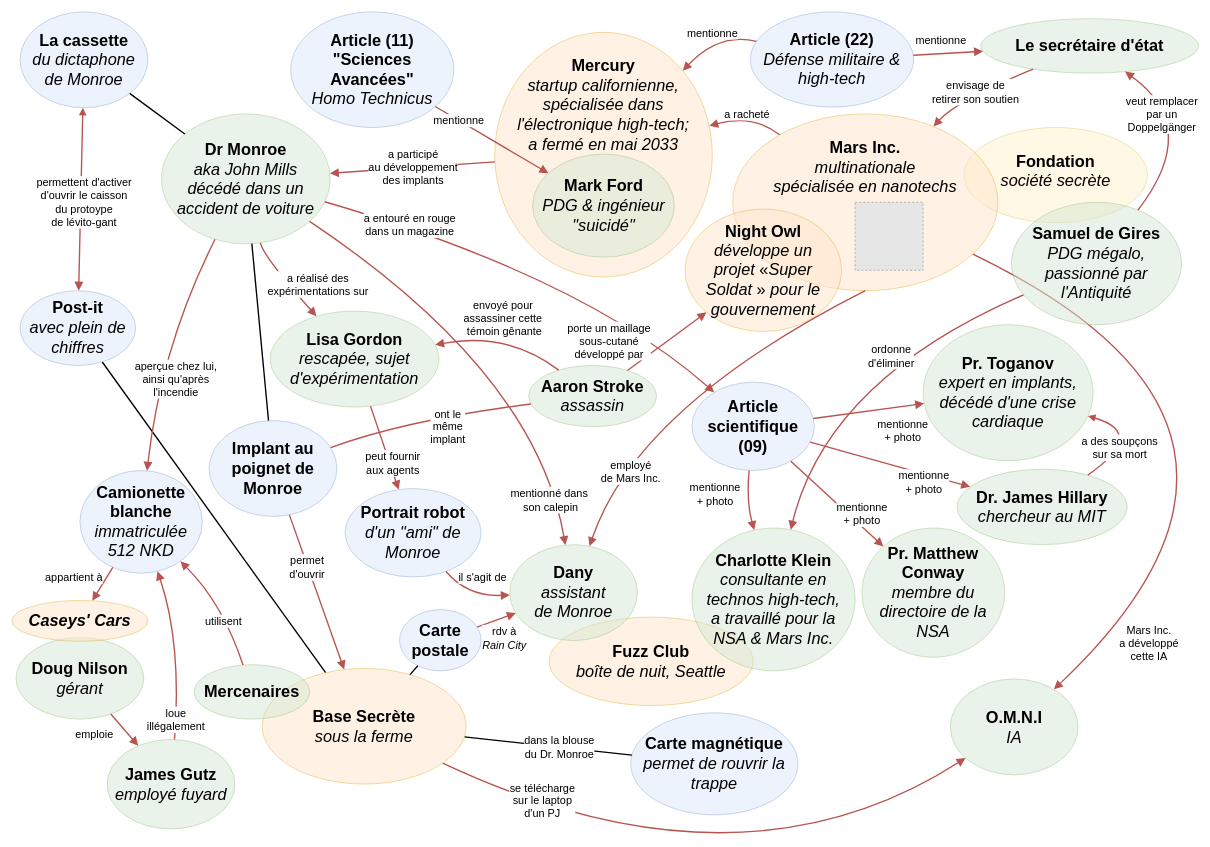
This is CriticalFondation/DiagrammeDeLaSaison1-Etendu.drawio from Lucas-C/jdr, a draw.io file, before an edit. Source tidied: cells renumbered, new cells numbered last; positions are measured from the earlier drawing's top-left corner, leaving out a move shared by most shapes. Both pictures are drawn from the tidied source at 68%, with x=0, y=0 at pixel (12, 12). Pictures stored in the file or linked from it are replaced by grey dashed boxes.
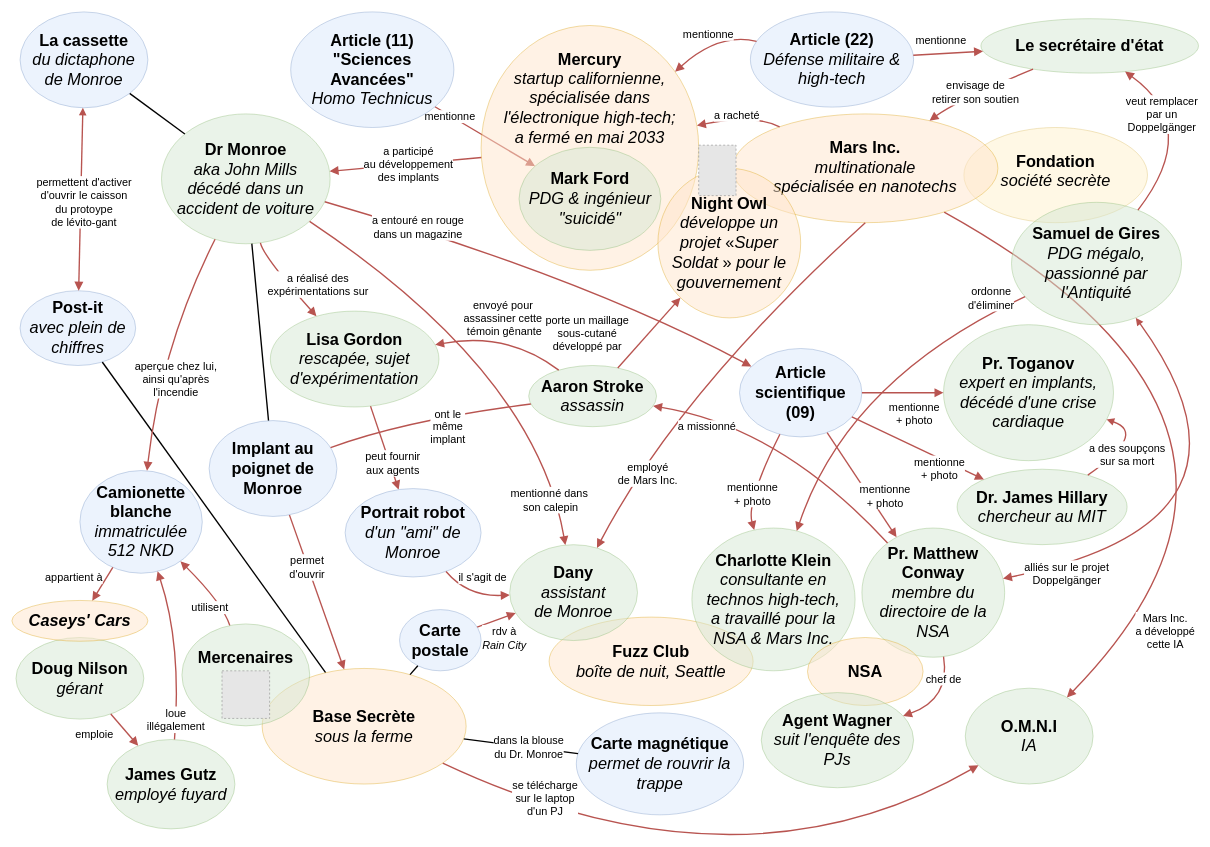
After the change.

The change refers to these unchanged cells:
```xml
<mxCell id="8" value="&lt;b&gt;Samuel de Gires&lt;br&gt;&lt;/b&gt;&lt;i&gt;PDG mégalo, passionné par l'Antiquité&lt;/i&gt;" style="ellipse;whiteSpace=wrap;html=1;rounded=0;shadow=0;strokeWidth=1;fillColor=#d5e8d4;fontSize=24;align=center;strokeColor=#82b366;opacity=50;" parent="1" vertex="1">
  <mxGeometry x="1470" y="280" width="250" height="180" as="geometry" />
</mxCell>
<mxCell id="15" value="&lt;b&gt;Aaron Stroke&lt;/b&gt;&lt;div&gt;&lt;i&gt;assassin&lt;/i&gt;&lt;/div&gt;" style="ellipse;whiteSpace=wrap;html=1;rounded=0;shadow=0;strokeWidth=1;fillColor=#d5e8d4;fontSize=24;align=center;strokeColor=#82b366;opacity=50;" parent="1" vertex="1">
  <mxGeometry x="760" y="520" width="188" height="90" as="geometry" />
</mxCell>
<mxCell id="29" style="edgeStyle=none;curved=1;html=1;endArrow=none;endFill=0;strokeColor=#b85450;strokeWidth=2;fontSize=24;startSize=8;startArrow=block;startFill=1;fillColor=#f8cecc;" parent="1" edge="1" source="28" target="24">
  <mxGeometry relative="1" as="geometry" />
</mxCell>
<mxCell id="32" style="edgeStyle=none;curved=1;html=1;endArrow=none;endFill=0;strokeColor=#b85450;strokeWidth=2;fontSize=24;startSize=8;startArrow=block;startFill=1;fillColor=#f8cecc;" parent="1" edge="1" source="31" target="24">
  <mxGeometry relative="1" as="geometry" />
</mxCell>
<mxCell id="34" value="&lt;b&gt;Pr. Matthew Conway&lt;/b&gt;&lt;div&gt;&lt;i&gt;membre du directoire de la NSA&lt;/i&gt;&lt;/div&gt;" style="ellipse;whiteSpace=wrap;html=1;rounded=0;shadow=0;strokeWidth=1;fillColor=#d5e8d4;fontSize=24;align=center;strokeColor=#82b366;opacity=50;" parent="1" vertex="1">
  <mxGeometry x="1250" y="759" width="210" height="190" as="geometry" />
</mxCell>
<mxCell id="35" style="edgeStyle=none;curved=1;html=1;endArrow=none;endFill=0;strokeColor=#b85450;strokeWidth=2;fontSize=24;startSize=8;startArrow=block;startFill=1;fillColor=#f8cecc;" parent="1" edge="1" source="71" target="24">
  <mxGeometry relative="1" as="geometry">
    <Array as="points">
      <mxPoint x="1080" y="720" />
    </Array>
  </mxGeometry>
</mxCell>
<mxCell id="71" value="&lt;b&gt;Charlotte Klein&lt;/b&gt;&lt;div&gt;&lt;i&gt;consultante en technos high-tech,&lt;/i&gt;&lt;/div&gt;&lt;div&gt;&lt;i&gt;a travaillé pour la NSA &amp;amp; Mars Inc.&lt;/i&gt;&lt;/div&gt;" style="ellipse;whiteSpace=wrap;html=1;rounded=0;shadow=0;strokeWidth=1;fillColor=#d5e8d4;fontSize=24;align=center;strokeColor=#82b366;opacity=50;" parent="1" vertex="1">
  <mxGeometry x="1000" y="759" width="240" height="210" as="geometry" />
</mxCell>
<mxCell id="77" value="&lt;b&gt;Dany&lt;br&gt;&lt;/b&gt;&lt;div&gt;&lt;i&gt;assistant&lt;br&gt;de Monroe&lt;/i&gt;&lt;/div&gt;" style="ellipse;whiteSpace=wrap;html=1;rounded=0;shadow=0;strokeWidth=1;fillColor=#d5e8d4;fontSize=24;align=center;strokeColor=#82b366;opacity=50;" parent="1" vertex="1">
  <mxGeometry x="732" y="783.5" width="188" height="141" as="geometry" />
</mxCell>
<mxCell id="100" style="edgeStyle=none;curved=1;html=1;endArrow=block;endFill=1;strokeColor=#b85450;strokeWidth=2;fontSize=24;startSize=8;startArrow=none;startFill=0;fillColor=#f8cecc;" parent="1" edge="1" source="31" target="28">
  <mxGeometry relative="1" as="geometry">
    <Array as="points">
      <mxPoint x="1670" y="620" />
    </Array>
  </mxGeometry>
</mxCell>
```

The edit, as a diff of the source:
```diff
@@
     <mxCell id="7" value="&lt;div&gt;&lt;b&gt;&lt;br&gt;&lt;/b&gt;&lt;/div&gt;&lt;b&gt;Mars Inc.&lt;/b&gt;&lt;br&gt;&lt;i&gt;multinationale&lt;/i&gt;&lt;div&gt;&lt;i&gt;spécialisée en nanotechs&lt;/i&gt;&lt;/div&gt;" style="ellipse;whiteSpace=wrap;html=1;rounded=0;shadow=0;strokeWidth=1;fillColor=#ffe6cc;fontSize=24;align=center;strokeColor=#d79b00;opacity=50;verticalAlign=top;" parent="1" vertex="1">
-      <mxGeometry x="1060" y="150" width="390" height="260" as="geometry" />
+      <mxGeometry x="1060" y="150" width="390" height="160" as="geometry" />
     </mxCell>
@@
     <mxCell id="9" value="&lt;b&gt;O.M.N.I&lt;/b&gt;&lt;br&gt;&lt;i&gt;IA&lt;/i&gt;" style="ellipse;whiteSpace=wrap;html=1;rounded=0;shadow=0;strokeWidth=1;fillColor=#d5e8d4;fontSize=24;align=center;strokeColor=#82b366;opacity=50;" parent="1" vertex="1">
-      <mxGeometry x="1380" y="981" width="188" height="141" as="geometry" />
+      <mxGeometry x="1402" y="994.5" width="188" height="141" as="geometry" />
     </mxCell>
-    <mxCell id="10" style="group;" parent="1" vertex="1">
-      <mxGeometry x="710" y="30" width="510" height="440" as="geometry" />
-    </mxCell>
-    <mxCell id="11" value="&lt;div&gt;&lt;br&gt;&lt;/div&gt;&lt;b&gt;Mercury&lt;/b&gt;&lt;div&gt;&lt;i&gt;startup californienne,&lt;/i&gt;&lt;/div&gt;&lt;div&gt;&lt;i&gt;spécialisée dans&lt;/i&gt;&lt;/div&gt;&lt;div&gt;&lt;i&gt;l'électronique high-tech;&lt;/i&gt;&lt;/div&gt;&lt;div&gt;&lt;i&gt;a fermé en mai 2033&lt;/i&gt;&lt;/div&gt;" style="ellipse;whiteSpace=wrap;html=1;rounded=0;shadow=0;strokeWidth=1;fillColor=#ffe6cc;fontSize=24;align=center;strokeColor=#d79b00;opacity=50;verticalAlign=top;" parent="10" vertex="1">
-      <mxGeometry width="320" height="360" as="geometry" />
-    </mxCell>
-    <mxCell id="12" value="&lt;b&gt;Mark Ford&lt;br&gt;&lt;/b&gt;&lt;i&gt;PDG &amp;amp; ingénieur&lt;/i&gt;&lt;div&gt;&lt;i&gt;&quot;suicidé&quot;&lt;/i&gt;&lt;/div&gt;" style="ellipse;whiteSpace=wrap;html=1;rounded=0;shadow=0;strokeWidth=1;fillColor=#d5e8d4;fontSize=24;align=center;strokeColor=#82b366;opacity=50;" parent="10" vertex="1">
-      <mxGeometry x="55.8" y="179.1" width="208.5" height="151.6" as="geometry" />
-    </mxCell>
-    <mxCell id="13" value="&lt;div&gt;&lt;b style=&quot;background-color: transparent; color: light-dark(rgb(0, 0, 0), rgb(255, 255, 255));&quot;&gt;Night Owl&lt;/b&gt;&lt;/div&gt;&lt;font&gt;&lt;i style=&quot;&quot;&gt;développe un projet&amp;nbsp;&lt;/i&gt;&lt;span style=&quot;background-color: transparent; color: light-dark(rgb(0, 0, 0), rgb(255, 255, 255));&quot;&gt;«&lt;/span&gt;&lt;i style=&quot;background-color: transparent; color: light-dark(rgb(0, 0, 0), rgb(255, 255, 255));&quot;&gt;Super Soldat&amp;nbsp;&lt;/i&gt;»&lt;i style=&quot;background-color: transparent; color: light-dark(rgb(0, 0, 0), rgb(255, 255, 255));&quot;&gt;&amp;nbsp;pour le gouvernement&lt;/i&gt;&lt;/font&gt;" style="ellipse;whiteSpace=wrap;html=1;rounded=0;shadow=0;strokeWidth=1;fillColor=#ffe6cc;fontSize=24;align=center;strokeColor=#d79b00;opacity=50;verticalAlign=middle;" parent="10" vertex="1">
-      <mxGeometry x="280" y="260" width="230" height="180" as="geometry" />
-    </mxCell>
@@
     <mxCell id="24" value="&lt;b&gt;Article scientifique (09)&lt;/b&gt;" style="ellipse;whiteSpace=wrap;html=1;rounded=0;shadow=0;strokeWidth=1;fillColor=#dae8fc;fontSize=24;align=center;strokeColor=#6c8ebf;opacity=50;" parent="1" vertex="1">
-      <mxGeometry x="1000" y="544.5" width="180" height="130" as="geometry" />
+      <mxGeometry x="1070" y="495" width="180" height="130" as="geometry" />
     </mxCell>
@@
     <mxCell id="28" value="&lt;b&gt;Pr. Toganov&lt;br&gt;&lt;/b&gt;&lt;div&gt;&lt;i&gt;expert en implants, décédé d'une crise cardiaque&lt;/i&gt;&lt;/div&gt;" style="ellipse;whiteSpace=wrap;html=1;rounded=0;shadow=0;strokeWidth=1;fillColor=#d5e8d4;fontSize=24;align=center;strokeColor=#82b366;opacity=50;" parent="1" vertex="1">
-      <mxGeometry x="1340" y="460" width="250" height="200" as="geometry" />
+      <mxGeometry x="1370" y="460" width="250" height="200" as="geometry" />
     </mxCell>
@@
     <mxCell id="30" value="&lt;span style=&quot;font-size: 16px;&quot;&gt;mentionne&lt;br&gt;+ photo&lt;/span&gt;" style="edgeLabel;html=1;align=center;verticalAlign=middle;" parent="29" vertex="1">
       <mxGeometry x="-0.11" y="2" relative="1" as="geometry">
-        <mxPoint x="40" y="28" as="offset" />
+        <mxPoint x="9" y="28" as="offset" />
       </mxGeometry>
     </mxCell>
@@
     <mxCell id="33" value="&lt;span style=&quot;font-size: 16px;&quot;&gt;mentionne&lt;br&gt;+ photo&lt;/span&gt;" style="edgeLabel;html=1;align=center;verticalAlign=middle;" parent="32" vertex="1">
       <mxGeometry x="-0.11" y="2" relative="1" as="geometry">
-        <mxPoint x="37" y="20" as="offset" />
+        <mxPoint x="22" y="23" as="offset" />
       </mxGeometry>
     </mxCell>
@@
     <mxCell id="36" value="&lt;span style=&quot;font-size: 16px;&quot;&gt;mentionne&lt;br&gt;+ photo&lt;/span&gt;" style="edgeLabel;html=1;align=center;verticalAlign=middle;" parent="35" vertex="1">
       <mxGeometry x="-0.11" y="2" relative="1" as="geometry">
-        <mxPoint x="-46" y="-15" as="offset" />
+        <mxPoint x="-1" y="12" as="offset" />
       </mxGeometry>
     </mxCell>
@@
     <mxCell id="55" value="&lt;b&gt;Carte magnétique&lt;/b&gt;&lt;div&gt;&lt;i&gt;permet de rouvrir la trappe&lt;/i&gt;&lt;/div&gt;" style="ellipse;whiteSpace=wrap;html=1;rounded=0;shadow=0;strokeWidth=1;fillColor=#dae8fc;fontSize=24;align=center;strokeColor=#6c8ebf;opacity=50;" parent="1" vertex="1">
-      <mxGeometry x="910" y="1030.8" width="246" height="150" as="geometry" />
+      <mxGeometry x="830" y="1030.8" width="246" height="150" as="geometry" />
     </mxCell>
@@
     <mxCell id="69" style="edgeStyle=none;curved=1;html=1;endArrow=none;endFill=0;strokeColor=#b85450;strokeWidth=2;fontSize=24;startSize=8;startArrow=block;startFill=1;fillColor=#f8cecc;entryX=0.5;entryY=1;entryDx=0;entryDy=0;" parent="1" edge="1" source="77" target="7">
       <mxGeometry relative="1" as="geometry">
         <Array as="points">
-          <mxPoint x="920" y="580" />
+          <mxPoint x="980" y="560" />
         </Array>
       </mxGeometry>
     </mxCell>
@@
-    <mxCell id="89" value="&lt;b&gt;Mercenaires&lt;br&gt;&lt;/b&gt;" style="ellipse;whiteSpace=wrap;html=1;rounded=0;shadow=0;strokeWidth=1;fillColor=#d5e8d4;fontSize=24;align=center;strokeColor=#82b366;opacity=50;" parent="1" vertex="1">
-      <mxGeometry x="268" y="960" width="170" height="80" as="geometry" />
-    </mxCell>
@@
-    <mxCell id="97" style="fillColor=#E6E6E6;strokeColor=#999999;dashed=1;verticalLabelPosition=bottom;labelBackgroundColor=default;verticalAlign=top;" parent="1" vertex="1">
-      <mxGeometry x="1240" y="280" width="100" height="100" as="geometry" />
-    </mxCell>
     <mxCell id="98" style="edgeStyle=none;curved=1;html=1;endArrow=none;endFill=0;strokeColor=#b85450;strokeWidth=2;fontSize=24;startSize=8;startArrow=block;startFill=1;fillColor=#f8cecc;" parent="1" edge="1" source="71" target="8">
       <mxGeometry relative="1" as="geometry">
         <Array as="points">
-          <mxPoint x="1200" y="540" />
+          <mxPoint x="1230" y="540" />
         </Array>
       </mxGeometry>
     </mxCell>
     <mxCell id="99" value="&lt;span style=&quot;font-size: 16px;&quot;&gt;ordonne&lt;/span&gt;&lt;div&gt;&lt;span style=&quot;font-size: 16px;&quot;&gt;d'éliminer&lt;/span&gt;&lt;/div&gt;" style="edgeLabel;html=1;align=center;verticalAlign=middle;" parent="98" vertex="1">
       <mxGeometry x="-0.72" y="2" relative="1" as="geometry">
-        <mxPoint x="131" y="-182" as="offset" />
+        <mxPoint x="264" y="-273" as="offset" />
       </mxGeometry>
     </mxCell>
@@
     <mxCell id="101" value="a des soupçons&lt;br&gt;sur sa mort" style="edgeLabel;html=1;align=center;verticalAlign=middle;fontSize=16;" parent="100" vertex="1">
       <mxGeometry x="-0.41" y="21" relative="1" as="geometry">
-        <mxPoint x="10" y="10" as="offset" />
+        <mxPoint x="28" y="15" as="offset" />
       </mxGeometry>
     </mxCell>
@@
+    <mxCell id="106" value="&lt;div&gt;&lt;b&gt;NSA&lt;/b&gt;&lt;/div&gt;" style="ellipse;whiteSpace=wrap;html=1;rounded=0;shadow=0;strokeWidth=1;fillColor=#ffe6cc;fontSize=24;align=center;strokeColor=#d79b00;opacity=50;verticalAlign=middle;" parent="1" vertex="1">
+      <mxGeometry x="1170" y="920" width="170" height="100" as="geometry" />
+    </mxCell>
+    <mxCell id="107" value="&lt;b&gt;Agent Wagner&lt;/b&gt;&lt;br&gt;&lt;div&gt;&lt;i&gt;suit l'enquête des PJs&lt;/i&gt;&lt;/div&gt;" style="ellipse;whiteSpace=wrap;html=1;rounded=0;shadow=0;strokeWidth=1;fillColor=#d5e8d4;fontSize=24;align=center;strokeColor=#82b366;opacity=50;" parent="1" vertex="1">
+      <mxGeometry x="1102" y="1001" width="224" height="140" as="geometry" />
+    </mxCell>
+    <mxCell id="108" style="edgeStyle=none;curved=1;html=1;endArrow=none;endFill=0;strokeColor=#b85450;strokeWidth=2;fontSize=24;startSize=8;startArrow=block;startFill=1;fillColor=#f8cecc;" parent="1" edge="1" source="107" target="34">
+      <mxGeometry relative="1" as="geometry">
+        <Array as="points">
+          <mxPoint x="1380" y="1010" />
+        </Array>
+      </mxGeometry>
+    </mxCell>
+    <mxCell id="109" value="&lt;span style=&quot;font-size: 16px;&quot;&gt;chef de&lt;/span&gt;" style="edgeLabel;html=1;align=center;verticalAlign=middle;" parent="108" vertex="1">
+      <mxGeometry x="-0.11" y="2" relative="1" as="geometry">
+        <mxPoint x="2" y="-32" as="offset" />
+      </mxGeometry>
+    </mxCell>
+    <mxCell id="110" style="edgeStyle=none;curved=1;html=1;endArrow=block;endFill=1;strokeColor=#b85450;strokeWidth=2;fontSize=24;startSize=8;startArrow=block;startFill=1;fillColor=#f8cecc;" parent="1" edge="1" source="34" target="8">
+      <mxGeometry relative="1" as="geometry">
+        <Array as="points">
+          <mxPoint x="1870" y="750" />
+        </Array>
+      </mxGeometry>
+    </mxCell>
+    <mxCell id="111" value="&lt;span style=&quot;font-size: 16px;&quot;&gt;alliés sur le projet&lt;/span&gt;&lt;div&gt;&lt;span style=&quot;font-size: 16px;&quot;&gt;Doppelgänger&lt;/span&gt;&lt;span style=&quot;font-size: 16px;&quot;&gt;&lt;/span&gt;&lt;/div&gt;" style="edgeLabel;html=1;align=center;verticalAlign=middle;" parent="110" vertex="1">
+      <mxGeometry x="-0.11" y="2" relative="1" as="geometry">
+        <mxPoint x="-252" y="64" as="offset" />
+      </mxGeometry>
+    </mxCell>
+    <mxCell id="112" style="edgeStyle=none;curved=1;html=1;endArrow=none;endFill=0;strokeColor=#b85450;strokeWidth=2;fontSize=24;startSize=8;startArrow=block;startFill=1;fillColor=#f8cecc;" parent="1" edge="1" source="15" target="34">
+      <mxGeometry relative="1" as="geometry">
+        <Array as="points">
+          <mxPoint x="1130" y="610" />
+        </Array>
+      </mxGeometry>
+    </mxCell>
+    <mxCell id="113" value="a missionné" style="edgeLabel;html=1;align=center;verticalAlign=middle;fontSize=16;" parent="112" vertex="1">
+      <mxGeometry x="-0.25" y="-16" relative="1" as="geometry">
+        <mxPoint x="-75" y="-11" as="offset" />
+      </mxGeometry>
+    </mxCell>
+    <mxCell id="11" value="&lt;div&gt;&lt;br&gt;&lt;/div&gt;&lt;b&gt;Mercury&lt;/b&gt;&lt;div&gt;&lt;i&gt;startup californienne,&lt;/i&gt;&lt;/div&gt;&lt;div&gt;&lt;i&gt;spécialisée dans&lt;/i&gt;&lt;/div&gt;&lt;div&gt;&lt;i&gt;l'électronique high-tech;&lt;/i&gt;&lt;/div&gt;&lt;div&gt;&lt;i&gt;a fermé en mai 2033&lt;/i&gt;&lt;/div&gt;" style="ellipse;whiteSpace=wrap;html=1;rounded=0;shadow=0;strokeWidth=1;fillColor=#ffe6cc;fontSize=24;align=center;strokeColor=#d79b00;opacity=50;verticalAlign=top;" parent="1" vertex="1">
+      <mxGeometry x="690" y="20" width="320" height="360" as="geometry" />
+    </mxCell>
+    <mxCell id="12" value="&lt;b&gt;Mark Ford&lt;br&gt;&lt;/b&gt;&lt;i&gt;PDG &amp;amp; ingénieur&lt;/i&gt;&lt;div&gt;&lt;i&gt;&quot;suicidé&quot;&lt;/i&gt;&lt;/div&gt;" style="ellipse;whiteSpace=wrap;html=1;rounded=0;shadow=0;strokeWidth=1;fillColor=#d5e8d4;fontSize=24;align=center;strokeColor=#82b366;opacity=50;" parent="1" vertex="1">
+      <mxGeometry x="745.8" y="199.1" width="208.5" height="151.6" as="geometry" />
+    </mxCell>
+    <mxCell id="114" style="group;" parent="1" vertex="1">
+      <mxGeometry x="250" y="900" width="188" height="150" as="geometry" />
+    </mxCell>
+    <mxCell id="89" value="&lt;div&gt;&lt;b&gt;&lt;br&gt;&lt;/b&gt;&lt;/div&gt;&lt;b&gt;Mercenaires&lt;br&gt;&lt;/b&gt;" style="ellipse;whiteSpace=wrap;html=1;rounded=0;shadow=0;strokeWidth=1;fillColor=#d5e8d4;fontSize=24;align=center;strokeColor=#82b366;opacity=50;verticalAlign=top;" parent="114" vertex="1">
+      <mxGeometry width="188" height="150" as="geometry" />
+    </mxCell>
+    <mxCell id="115" style="fillColor=#E6E6E6;strokeColor=#999999;dashed=1;verticalLabelPosition=bottom;labelBackgroundColor=default;verticalAlign=top;" parent="114" vertex="1">
+      <mxGeometry x="59" y="69" width="70" height="70" as="geometry" />
+    </mxCell>
+    <mxCell id="116" style="group;" parent="1" vertex="1">
+      <mxGeometry x="950" y="196" width="210" height="254" as="geometry" />
+    </mxCell>
+    <mxCell id="13" value="&lt;div&gt;&lt;b style=&quot;background-color: transparent; color: light-dark(rgb(0, 0, 0), rgb(255, 255, 255));&quot;&gt;Night Owl&lt;/b&gt;&lt;/div&gt;&lt;font&gt;&lt;i style=&quot;&quot;&gt;développe un projet&amp;nbsp;&lt;/i&gt;&lt;span style=&quot;background-color: transparent; color: light-dark(rgb(0, 0, 0), rgb(255, 255, 255));&quot;&gt;«&lt;/span&gt;&lt;i style=&quot;background-color: transparent; color: light-dark(rgb(0, 0, 0), rgb(255, 255, 255));&quot;&gt;Super Soldat&amp;nbsp;&lt;/i&gt;»&lt;i style=&quot;background-color: transparent; color: light-dark(rgb(0, 0, 0), rgb(255, 255, 255));&quot;&gt;&amp;nbsp;pour le gouvernement&lt;/i&gt;&lt;/font&gt;" style="ellipse;whiteSpace=wrap;html=1;rounded=0;shadow=0;strokeWidth=1;fillColor=#ffe6cc;fontSize=24;align=center;strokeColor=#d79b00;opacity=50;verticalAlign=middle;" parent="116" vertex="1">
+      <mxGeometry y="34" width="210" height="220" as="geometry" />
+    </mxCell>
+    <mxCell id="117" style="fillColor=#E6E6E6;strokeColor=#999999;dashed=1;verticalLabelPosition=bottom;labelBackgroundColor=default;verticalAlign=top;" parent="116" vertex="1">
+      <mxGeometry x="60" width="54.9" height="74.2" as="geometry" />
+    </mxCell>
```
